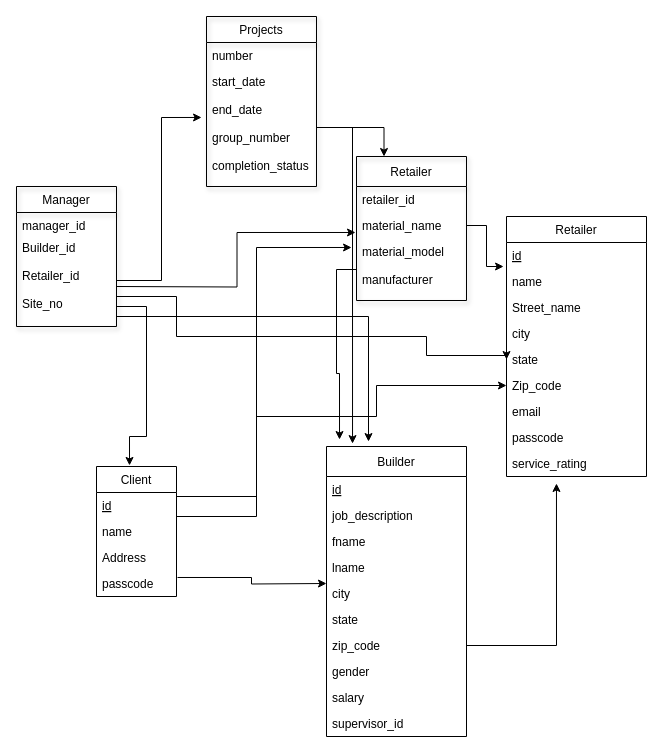
Before: schema.drawio in anjana02/Construction_Management_Project, a draw.io diagram. Source tidied: cells renumbered, new cells numbered last; positions are measured from the earlier drawing's top-left corner, leaving out a move shared by most shapes. Both pictures are drawn from the tidied source at 100%, with x=0, y=0 at pixel (16, 16).
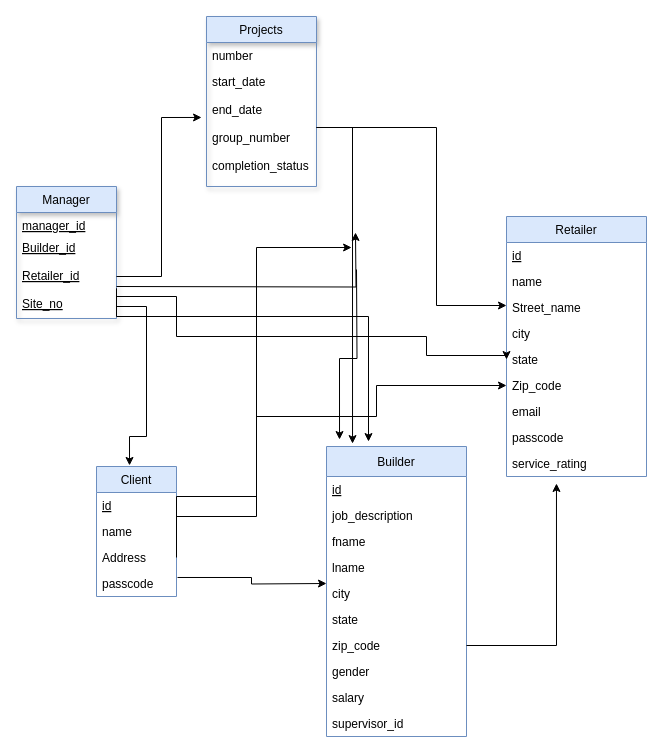
Above is the later version.

The change refers to these unchanged cells:
```xml
<mxCell id="20" value="name" style="text;strokeColor=none;fillColor=none;align=left;verticalAlign=top;spacingLeft=4;spacingRight=4;overflow=hidden;points=[[0,0.5],[1,0.5]];portConstraint=eastwest;" parent="18" vertex="1">
  <mxGeometry y="52" width="140" height="26" as="geometry" />
</mxCell>
<mxCell id="37" value="start_date&#10;&#10;end_date&#10;&#10;group_number&#10;&#10;completion_status" style="text;strokeColor=none;fillColor=none;align=left;verticalAlign=top;spacingLeft=4;spacingRight=4;overflow=hidden;points=[[0,0.5],[1,0.5]];portConstraint=eastwest;shadow=1;" parent="35" vertex="1">
  <mxGeometry y="52" width="110" height="118" as="geometry" />
</mxCell>
```

What changed in the source:
```diff
@@
-    <mxCell id="2" value="Client" style="swimlane;fontStyle=0;horizontal=1;startSize=26;fillColor=none;" parent="1" vertex="1">
+    <mxCell id="2" value="Client" style="swimlane;fontStyle=0;horizontal=1;startSize=26;fillColor=#dae8fc;strokeColor=#6c8ebf;" parent="1" vertex="1">
       <mxGeometry x="80" y="450" width="80" height="130" as="geometry" />
     </mxCell>
@@
-    <mxCell id="7" value="Builder" style="swimlane;fontStyle=0;horizontal=1;startSize=30;fillColor=none;" parent="1" vertex="1">
+    <mxCell id="7" value="Builder" style="swimlane;fontStyle=0;horizontal=1;startSize=30;fillColor=#dae8fc;strokeColor=#6c8ebf;" parent="1" vertex="1">
       <mxGeometry x="310" y="430" width="140" height="290" as="geometry" />
     </mxCell>
@@
-    <mxCell id="18" value=" Retailer" style="swimlane;fontStyle=0;horizontal=1;startSize=26;fillColor=none;" parent="1" vertex="1">
+    <mxCell id="18" value=" Retailer" style="swimlane;fontStyle=0;horizontal=1;startSize=26;fillColor=#dae8fc;strokeColor=#6c8ebf;" parent="1" vertex="1">
       <mxGeometry x="490" y="200" width="140" height="260" as="geometry" />
     </mxCell>
@@
-    <mxCell id="28" value="Retailer" style="swimlane;fontStyle=0;horizontal=1;startSize=30;fillColor=none;shadow=1;" parent="1" vertex="1">
-      <mxGeometry x="340" y="140" width="110" height="144" as="geometry" />
-    </mxCell>
-    <mxCell id="29" value="retailer_id" style="text;strokeColor=none;fillColor=none;align=left;verticalAlign=top;spacingLeft=4;spacingRight=4;overflow=hidden;shadow=1;" parent="28" vertex="1">
-      <mxGeometry y="30" width="110" height="26" as="geometry" />
-    </mxCell>
-    <mxCell id="30" value="material_name" style="text;strokeColor=none;fillColor=none;align=left;verticalAlign=top;spacingLeft=4;spacingRight=4;overflow=hidden;points=[[0,0.5],[1,0.5]];portConstraint=eastwest;shadow=1;" parent="28" vertex="1">
-      <mxGeometry y="56" width="110" height="26" as="geometry" />
-    </mxCell>
-    <mxCell id="31" value="material_model&#10;&#10;manufacturer&#10;" style="text;strokeColor=none;fillColor=none;align=left;verticalAlign=top;spacingLeft=4;spacingRight=4;overflow=hidden;points=[[0,0.5],[1,0.5]];portConstraint=eastwest;shadow=1;" parent="28" vertex="1">
-      <mxGeometry y="82" width="110" height="62" as="geometry" />
-    </mxCell>
-    <mxCell id="32" value="Manager" style="swimlane;fontStyle=0;horizontal=1;startSize=26;fillColor=none;shadow=1;" parent="1" vertex="1">
-      <mxGeometry y="170" width="100" height="140" as="geometry" />
+    <mxCell id="32" value="Manager" style="swimlane;fontStyle=0;horizontal=1;startSize=26;fillColor=#dae8fc;shadow=1;strokeColor=#6c8ebf;" parent="1" vertex="1">
+      <mxGeometry y="170" width="100" height="132" as="geometry" />
     </mxCell>
-    <mxCell id="33" value="manager_id" style="text;strokeColor=none;fillColor=none;align=left;verticalAlign=top;spacingLeft=4;spacingRight=4;overflow=hidden;shadow=1;" parent="32" vertex="1">
+    <mxCell id="33" value="manager_id" style="text;strokeColor=none;fillColor=none;align=left;verticalAlign=top;spacingLeft=4;spacingRight=4;overflow=hidden;shadow=1;fontStyle=4;" parent="32" vertex="1">
       <mxGeometry y="26" width="100" height="22" as="geometry" />
     </mxCell>
-    <mxCell id="34" value="Builder_id&#10;&#10;Retailer_id&#10;&#10;Site_no" style="text;strokeColor=none;fillColor=none;align=left;verticalAlign=top;spacingLeft=4;spacingRight=4;overflow=hidden;points=[[0,0.5],[1,0.5]];portConstraint=eastwest;shadow=1;" parent="32" vertex="1">
-      <mxGeometry y="48" width="100" height="92" as="geometry" />
+    <mxCell id="34" value="Builder_id&#10;&#10;Retailer_id&#10;&#10;Site_no" style="text;strokeColor=none;fillColor=none;align=left;verticalAlign=top;spacingLeft=4;spacingRight=4;overflow=hidden;points=[[0,0.5],[1,0.5]];portConstraint=eastwest;shadow=1;fontStyle=4;" parent="32" vertex="1">
+      <mxGeometry y="48" width="100" height="84" as="geometry" />
     </mxCell>
-    <mxCell id="35" value="Projects" style="swimlane;fontStyle=0;horizontal=1;startSize=26;fillColor=none;shadow=1;" parent="1" vertex="1">
+    <mxCell id="35" value="Projects" style="swimlane;fontStyle=0;horizontal=1;startSize=26;fillColor=#dae8fc;shadow=1;strokeColor=#6c8ebf;" parent="1" vertex="1">
       <mxGeometry x="190" width="110" height="170" as="geometry" />
     </mxCell>
@@
-    <mxCell id="39" style="edgeStyle=orthogonalEdgeStyle;rounded=0;jettySize=auto;html=1;entryX=-0.009;entryY=-0.097;entryDx=0;entryDy=0;entryPerimeter=0;" parent="1" edge="1" target="31">
+    <mxCell id="39" style="edgeStyle=orthogonalEdgeStyle;rounded=0;orthogonalLoop=1;jettySize=auto;html=1;entryX=-0.009;entryY=-0.097;entryDx=0;entryDy=0;entryPerimeter=0;" parent="1" edge="1">
       <mxGeometry relative="1" as="geometry">
         <mxPoint x="100" y="270" as="sourcePoint" />
+        <mxPoint x="339" y="216" as="targetPoint" />
       </mxGeometry>
     </mxCell>
@@
-    <mxCell id="45" style="edgeStyle=orthogonalEdgeStyle;rounded=0;jettySize=auto;html=1;entryX=-0.045;entryY=0.145;entryDx=0;entryDy=0;entryPerimeter=0;" parent="1" edge="1" target="31">
+    <mxCell id="45" style="edgeStyle=orthogonalEdgeStyle;rounded=0;orthogonalLoop=1;jettySize=auto;html=1;entryX=-0.045;entryY=0.145;entryDx=0;entryDy=0;entryPerimeter=0;" parent="1" edge="1">
       <mxGeometry relative="1" as="geometry">
         <mxPoint x="160" y="500" as="sourcePoint" />
+        <mxPoint x="335.1" y="231" as="targetPoint" />
         <Array as="points">
           <mxPoint x="240" y="500" />
           <mxPoint x="240" y="231" />
         </Array>
       </mxGeometry>
     </mxCell>
-    <mxCell id="46" style="edgeStyle=orthogonalEdgeStyle;rounded=0;jettySize=auto;html=1;exitX=1;exitY=0.5;exitDx=0;exitDy=0;entryX=-0.021;entryY=-0.077;entryDx=0;entryDy=0;entryPerimeter=0;" parent="1" edge="1" source="30" target="20">
-      <mxGeometry relative="1" as="geometry" />
-    </mxCell>
-    <mxCell id="47" style="edgeStyle=orthogonalEdgeStyle;rounded=0;jettySize=auto;html=1;exitX=0;exitY=0.5;exitDx=0;exitDy=0;entryX=0.093;entryY=-0.024;entryDx=0;entryDy=0;entryPerimeter=0;" parent="1" edge="1" source="31" target="7">
-      <mxGeometry relative="1" as="geometry" />
+    <mxCell id="47" style="edgeStyle=orthogonalEdgeStyle;rounded=0;jettySize=auto;html=1;exitX=0;exitY=0.5;exitDx=0;exitDy=0;entryX=0.093;entryY=-0.024;entryDx=0;entryDy=0;entryPerimeter=0;" parent="1" edge="1" target="7">
+      <mxGeometry relative="1" as="geometry">
+        <mxPoint x="340" y="253" as="sourcePoint" />
+      </mxGeometry>
     </mxCell>
@@
-    <mxCell id="49" style="edgeStyle=orthogonalEdgeStyle;rounded=0;jettySize=auto;html=1;exitX=1;exitY=0.5;exitDx=0;exitDy=0;entryX=0.25;entryY=0;entryDx=0;entryDy=0;" parent="1" edge="1" source="37" target="28">
-      <mxGeometry relative="1" as="geometry" />
-    </mxCell>
@@
+    <mxCell id="51" style="edgeStyle=orthogonalEdgeStyle;rounded=0;jettySize=auto;html=1;exitX=1;exitY=0.5;exitDx=0;exitDy=0;" parent="1" edge="1" source="37">
+      <mxGeometry relative="1" as="geometry">
+        <mxPoint x="490" y="289" as="targetPoint" />
+        <Array as="points">
+          <mxPoint x="420" y="111" />
+          <mxPoint x="420" y="289" />
+        </Array>
+      </mxGeometry>
+    </mxCell>
```
